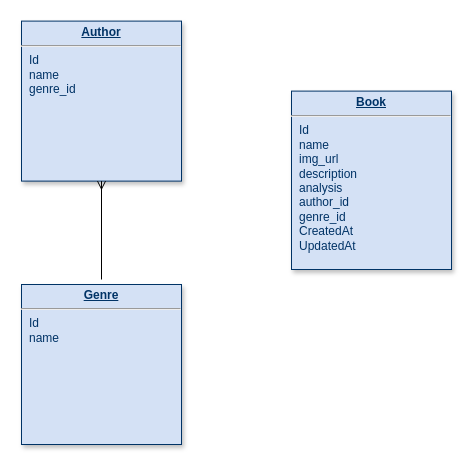
Earlier version of the draw.io diagram site/ERD Diagram Robison Portfolio.drawio (robisonJohn/coursera-test). Source tidied: cells renumbered, new cells numbered last; positions are measured from the earlier drawing's top-left corner, leaving out a move shared by most shapes. Both pictures are drawn from the tidied source at 100%, with x=0, y=0 at pixel (21, 21).
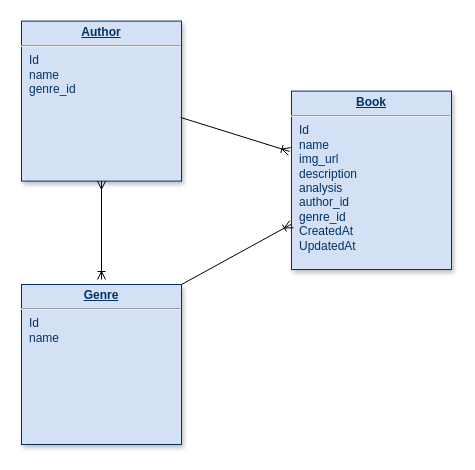
After the change.

What changed in the source:
```diff
@@
 <mxGraphModel>
   <root>
     <mxCell id="0" />
     <mxCell id="1" parent="0" />
     <mxCell id="2" value="&lt;p style=&quot;margin: 0px ; margin-top: 4px ; text-align: center ; text-decoration: underline&quot;&gt;&lt;b&gt;Book&lt;/b&gt;&lt;/p&gt;&lt;hr&gt;&lt;p style=&quot;margin: 0px ; margin-left: 8px&quot;&gt;Id&lt;br&gt;name&lt;/p&gt;&lt;p style=&quot;margin: 0px ; margin-left: 8px&quot;&gt;img_url&lt;/p&gt;&lt;p style=&quot;margin: 0px ; margin-left: 8px&quot;&gt;description&lt;/p&gt;&lt;p style=&quot;margin: 0px ; margin-left: 8px&quot;&gt;analysis&lt;/p&gt;&lt;p style=&quot;margin: 0px ; margin-left: 8px&quot;&gt;author_id&lt;/p&gt;&lt;p style=&quot;margin: 0px ; margin-left: 8px&quot;&gt;genre_id&lt;/p&gt;&lt;p style=&quot;margin: 0px ; margin-left: 8px&quot;&gt;CreatedAt&lt;/p&gt;&lt;p style=&quot;margin: 0px ; margin-left: 8px&quot;&gt;UpdatedAt&lt;/p&gt;&lt;p style=&quot;margin: 0px ; margin-left: 8px&quot;&gt;&lt;br&gt;&lt;/p&gt;" style="verticalAlign=top;align=left;overflow=fill;fontSize=12;fontFamily=Helvetica;html=1;strokeColor=#003366;shadow=1;fillColor=#D4E1F5;fontColor=#003366;" parent="1" vertex="1">
       <mxGeometry x="270" y="69.6" width="160" height="178.4" as="geometry" />
     </mxCell>
     <mxCell id="3" value="&lt;p style=&quot;margin: 0px ; margin-top: 4px ; text-align: center ; text-decoration: underline&quot;&gt;&lt;b&gt;Genre&lt;/b&gt;&lt;/p&gt;&lt;hr&gt;&lt;p style=&quot;margin: 0px ; margin-left: 8px&quot;&gt;Id&lt;/p&gt;&lt;p style=&quot;margin: 0px ; margin-left: 8px&quot;&gt;name&lt;/p&gt;&lt;p style=&quot;margin: 0px ; margin-left: 8px&quot;&gt;&lt;br&gt;&lt;/p&gt;" style="verticalAlign=top;align=left;overflow=fill;fontSize=12;fontFamily=Helvetica;html=1;strokeColor=#003366;shadow=1;fillColor=#D4E1F5;fontColor=#003366;" parent="1" vertex="1">
       <mxGeometry y="263" width="160" height="160" as="geometry" />
     </mxCell>
     <mxCell id="4" value="&lt;p style=&quot;margin: 0px ; margin-top: 4px ; text-align: center ; text-decoration: underline&quot;&gt;&lt;b&gt;Author&lt;/b&gt;&lt;/p&gt;&lt;hr&gt;&lt;p style=&quot;margin: 0px ; margin-left: 8px&quot;&gt;Id&lt;/p&gt;&lt;p style=&quot;margin: 0px ; margin-left: 8px&quot;&gt;name&lt;/p&gt;&lt;p style=&quot;margin: 0px ; margin-left: 8px&quot;&gt;genre_id&lt;/p&gt;" style="verticalAlign=top;align=left;overflow=fill;fontSize=12;fontFamily=Helvetica;html=1;strokeColor=#003366;shadow=1;fillColor=#D4E1F5;fontColor=#003366;" parent="1" vertex="1">
       <mxGeometry y="-0.4" width="160" height="160" as="geometry" />
     </mxCell>
-    <mxCell id="5" style="endArrow=ERmany;html=1;entryX=0.5;entryY=1;entryDx=0;entryDy=0;endFill=0;" parent="1" edge="1" target="4">
+    <mxCell id="5" style="endArrow=ERmany;html=1;entryX=0.5;entryY=1;entryDx=0;entryDy=0;endFill=0;startArrow=ERoneToMany;startFill=0;" parent="1" edge="1" target="4">
       <mxGeometry relative="1" as="geometry">
         <mxPoint x="80" y="258" as="sourcePoint" />
       </mxGeometry>
     </mxCell>
+    <mxCell id="6" style="endArrow=ERoneToMany;html=1;entryX=-0.012;entryY=0.338;entryDx=0;entryDy=0;exitX=0.994;exitY=0.602;exitDx=0;exitDy=0;exitPerimeter=0;entryPerimeter=0;endFill=0;" parent="1" edge="1" source="4" target="2">
+      <mxGeometry relative="1" as="geometry" />
+    </mxCell>
+    <mxCell id="7" style="endArrow=ERoneToMany;html=1;exitX=1;exitY=0;exitDx=0;exitDy=0;endFill=0;" parent="1" edge="1" source="3" target="2">
+      <mxGeometry relative="1" as="geometry" />
+    </mxCell>
   </root>
 </mxGraphModel>
```
